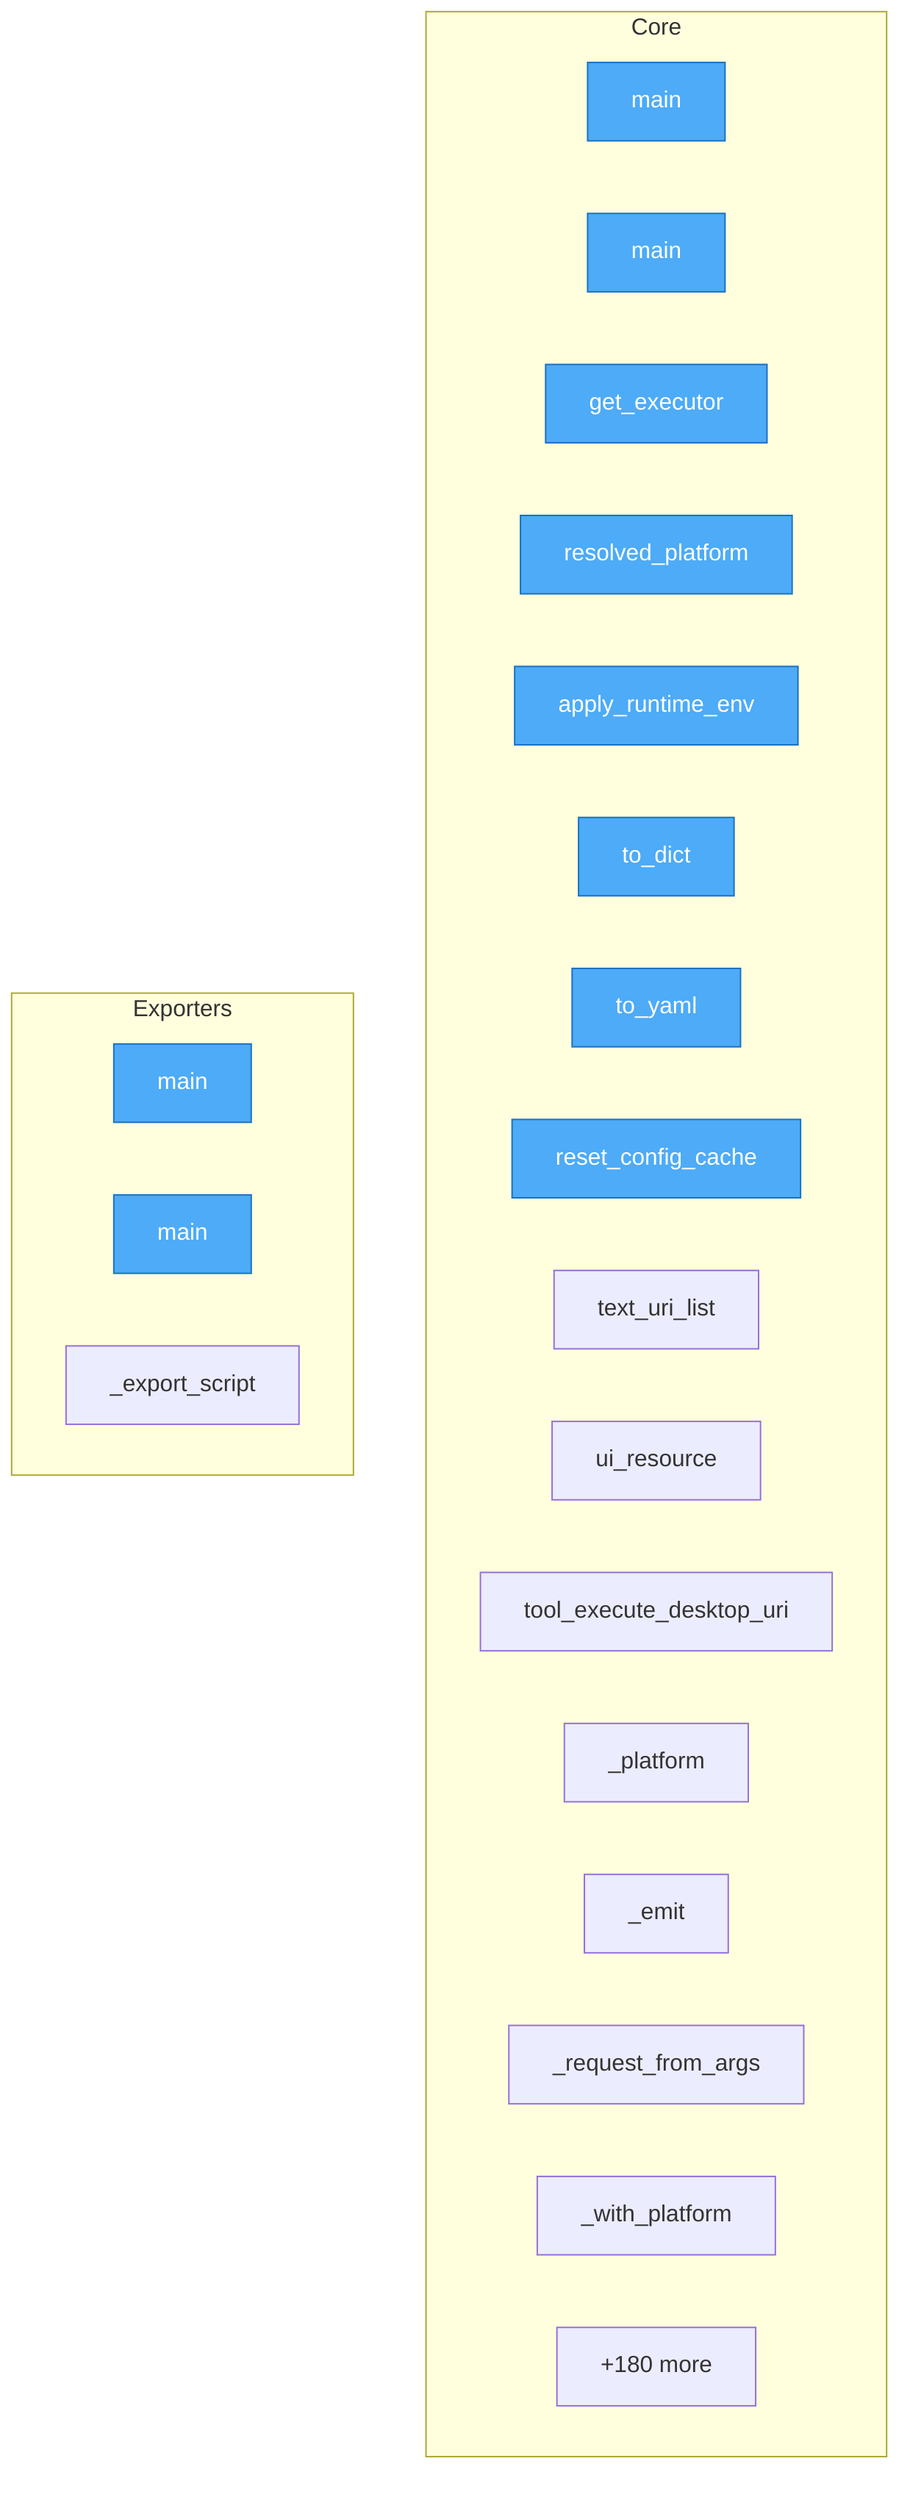
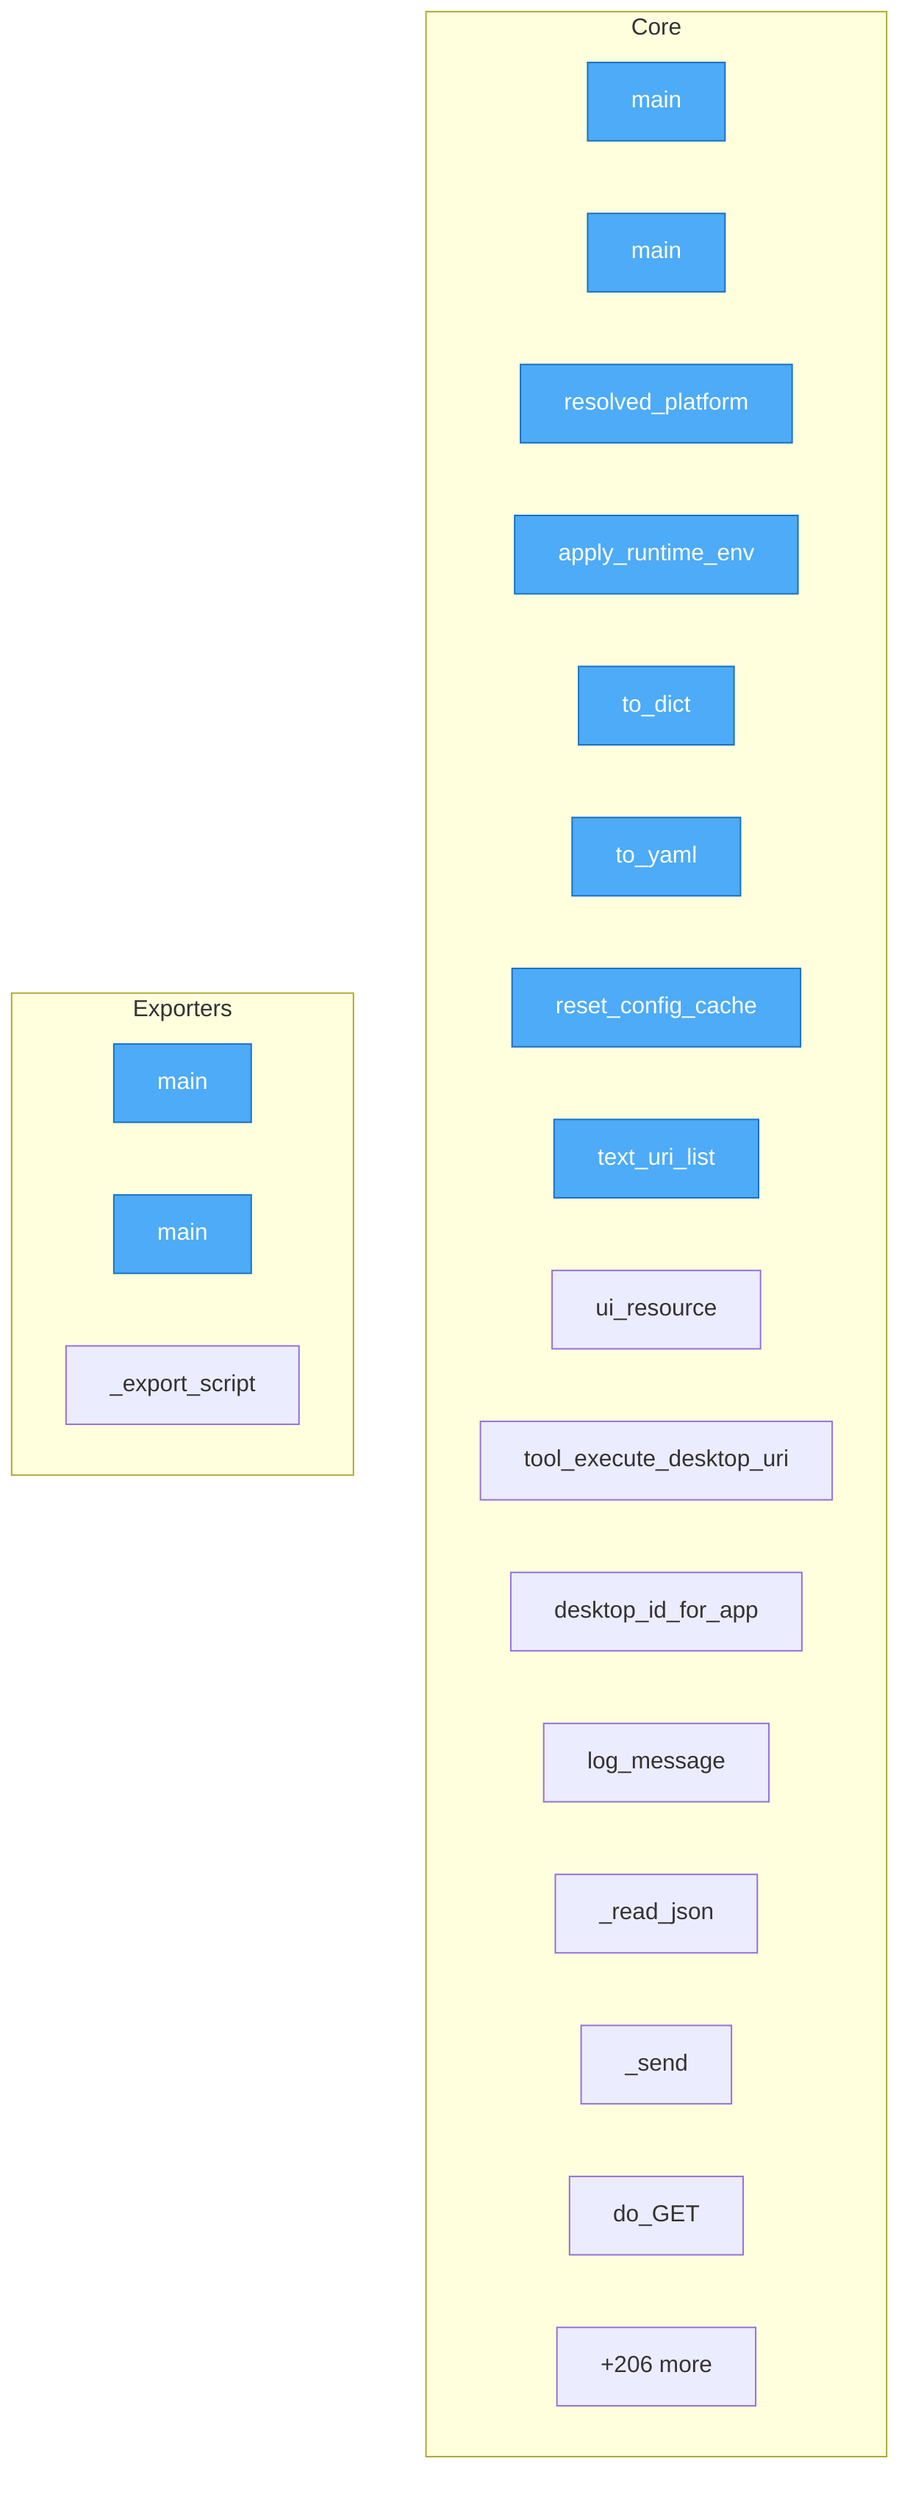
flowchart TD
- %% generated in 0.02s
+ %% generated in 0.01s

    %% Entry points (blue)
    classDef entry fill:#4dabf7,stroke:#1971c2,color:#fff

    subgraph Core
        schemas__codegen__fix_proto_imports__main["main"]
        schemas__codegen__scaffold_scheme__main["main"]
-         src__nlp2uri__runtime__get_executor["get_executor"]
        src__nlp2uri__config__NLP2URIConfig__resolved_platform["resolved_platform"]
        src__nlp2uri__config__NLP2URIConfig__apply_runtime_env["apply_runtime_env"]
        src__nlp2uri__config__NLP2URIConfig__to_dict["to_dict"]
        src__nlp2uri__config__NLP2URIConfig__to_yaml["to_yaml"]
        src__nlp2uri__config__reset_config_cache["reset_config_cache"]
        src__nlp2uri__mcp__text_uri_list["text_uri_list"]
        src__nlp2uri__mcp__ui_resource["ui_resource"]
        src__nlp2uri__mcp__tool_execute_desktop_uri["tool_execute_desktop_uri"]
-         src__nlp2uri__cli___platform["_platform"]
-         src__nlp2uri__cli___emit["_emit"]
-         src__nlp2uri__cli___request_from_args["_request_from_args"]
-         src__nlp2uri__cli___with_platform["_with_platform"]
-         ...["+180 more"]
+         src__nlp2uri__desktop_apps__desktop_id_for_app["desktop_id_for_app"]
+         src__nlp2uri__integrators__rest_server__NLP2URIRequestHandler__log_message["log_message"]
+         src__nlp2uri__integrators__rest_server__NLP2URIRequestHandler___read_json["_read_json"]
+         src__nlp2uri__integrators__rest_server__NLP2URIRequestHandler___send["_send"]
+         src__nlp2uri__integrators__rest_server__NLP2URIRequestHandler__do_GET["do_GET"]
+         ...["+206 more"]
    end

    subgraph Exporters
        schemas__codegen__export_mcp_schemas__main["main"]
        schemas__codegen__export_driver_stubs__main["main"]
        src__nlp2uri__adapters__shell__ShellAdapter___export_script["_export_script"]
    end

-     class schemas__codegen__fix_proto_imports__main,schemas__codegen__export_mcp_schemas__main,schemas__codegen__export_driver_stubs__main,schemas__codegen__scaffold_scheme__main,src__nlp2uri__runtime__get_executor,src__nlp2uri__config__NLP2URIConfig__resolved_platform,src__nlp2uri__config__NLP2URIConfig__apply_runtime_env,src__nlp2uri__config__NLP2URIConfig__to_dict,src__nlp2uri__config__NLP2URIConfig__to_yaml,src__nlp2uri__config__reset_config_cache entry
+     class schemas__codegen__fix_proto_imports__main,schemas__codegen__export_mcp_schemas__main,schemas__codegen__export_driver_stubs__main,schemas__codegen__scaffold_scheme__main,src__nlp2uri__config__NLP2URIConfig__resolved_platform,src__nlp2uri__config__NLP2URIConfig__apply_runtime_env,src__nlp2uri__config__NLP2URIConfig__to_dict,src__nlp2uri__config__NLP2URIConfig__to_yaml,src__nlp2uri__config__reset_config_cache,src__nlp2uri__mcp__text_uri_list entry
